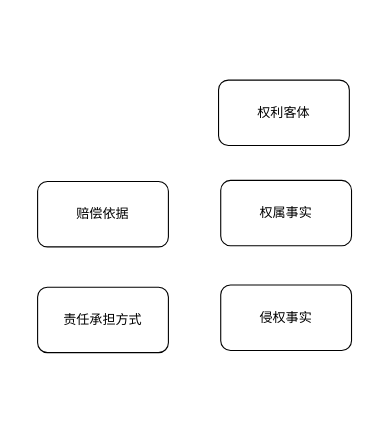
easyhaloo/config keeps this draw.io diagram as Untitled Diagram.drawio. Above is the earlier version. Source tidied: cells renumbered, new cells numbered last; positions are measured from the earlier drawing's top-left corner, leaving out a move shared by most shapes. Both pictures are drawn from the tidied source at 109%, with x=0, y=0 at pixel (37, 80).
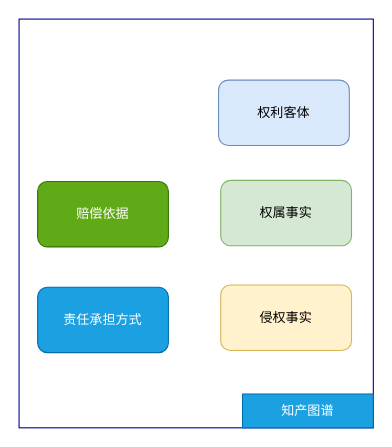
The same diagram, later.

Change to the diagram source:
```diff
@@
 <mxGraphModel>
   <root>
     <mxCell id="0" />
     <mxCell id="1" parent="0" />
+    <mxCell id="7" style="rounded=0;whiteSpace=wrap;html=1;strokeColor=#000099;" parent="1" vertex="1">
+      <mxGeometry x="-17" y="-56" width="325" height="375" as="geometry" />
+    </mxCell>
-    <mxCell id="2" value="赔偿依据" style="rounded=1;whiteSpace=wrap;html=1;" parent="1" vertex="1">
+    <mxCell id="2" value="赔偿依据" style="rounded=1;whiteSpace=wrap;html=1;fillColor=#60a917;fontColor=#ffffff;strokeColor=#2D7600;" parent="1" vertex="1">
       <mxGeometry y="93" width="120" height="60" as="geometry" />
     </mxCell>
-    <mxCell id="3" value="权利客体" style="rounded=1;whiteSpace=wrap;html=1;" parent="1" vertex="1">
+    <mxCell id="3" value="权利客体" style="rounded=1;whiteSpace=wrap;html=1;fillColor=#dae8fc;strokeColor=#6c8ebf;" parent="1" vertex="1">
       <mxGeometry x="166" width="120" height="60" as="geometry" />
     </mxCell>
-    <mxCell id="4" value="权属事实" style="rounded=1;whiteSpace=wrap;html=1;" parent="1" vertex="1">
+    <mxCell id="4" value="权属事实" style="rounded=1;whiteSpace=wrap;html=1;fillColor=#d5e8d4;strokeColor=#82b366;" parent="1" vertex="1">
       <mxGeometry x="168" y="92" width="120" height="60" as="geometry" />
     </mxCell>
-    <mxCell id="5" value="侵权事实" style="rounded=1;whiteSpace=wrap;html=1;" parent="1" vertex="1">
+    <mxCell id="5" value="侵权事实" style="rounded=1;whiteSpace=wrap;html=1;fillColor=#fff2cc;strokeColor=#d6b656;" parent="1" vertex="1">
       <mxGeometry x="168" y="188" width="120" height="60" as="geometry" />
     </mxCell>
-    <mxCell id="6" value="责任承担方式" style="rounded=1;whiteSpace=wrap;html=1;" parent="1" vertex="1">
+    <mxCell id="6" value="责任承担方式" style="rounded=1;whiteSpace=wrap;html=1;fillColor=#1ba1e2;fontColor=#ffffff;strokeColor=#006EAF;" parent="1" vertex="1">
       <mxGeometry y="190" width="120" height="60" as="geometry" />
     </mxCell>
+    <mxCell id="8" value="知产图谱" style="rounded=0;whiteSpace=wrap;html=1;strokeColor=#006EAF;fillColor=#1ba1e2;fontColor=#ffffff;" parent="1" vertex="1">
+      <mxGeometry x="188" y="288" width="120" height="31" as="geometry" />
+    </mxCell>
   </root>
 </mxGraphModel>
```
